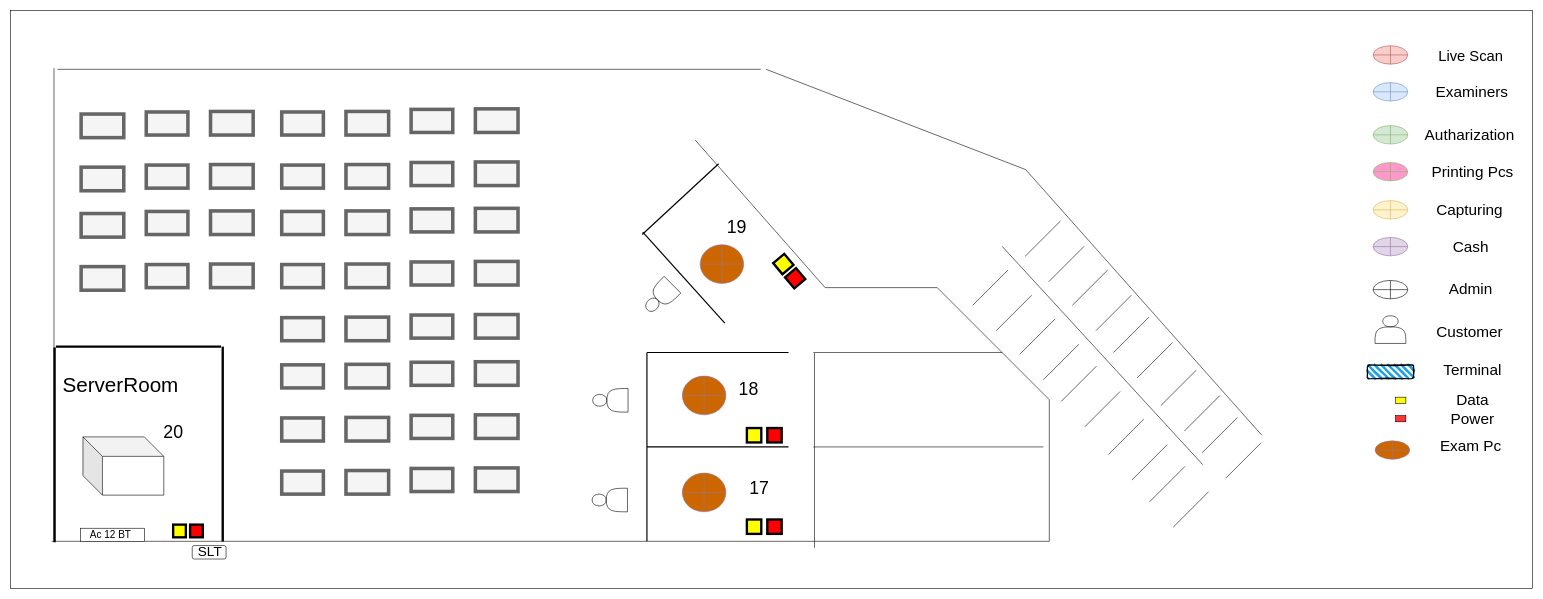
Before: kegall_1st floor.drawio in thushan-harshajeewa/dmt-diagrams, a draw.io diagram. Source tidied: cells renumbered, new cells numbered last; positions are measured from the earlier drawing's top-left corner, leaving out a move shared by most shapes. Both pictures are drawn from the tidied source at 59%, with x=0, y=0 at pixel (10, 10).
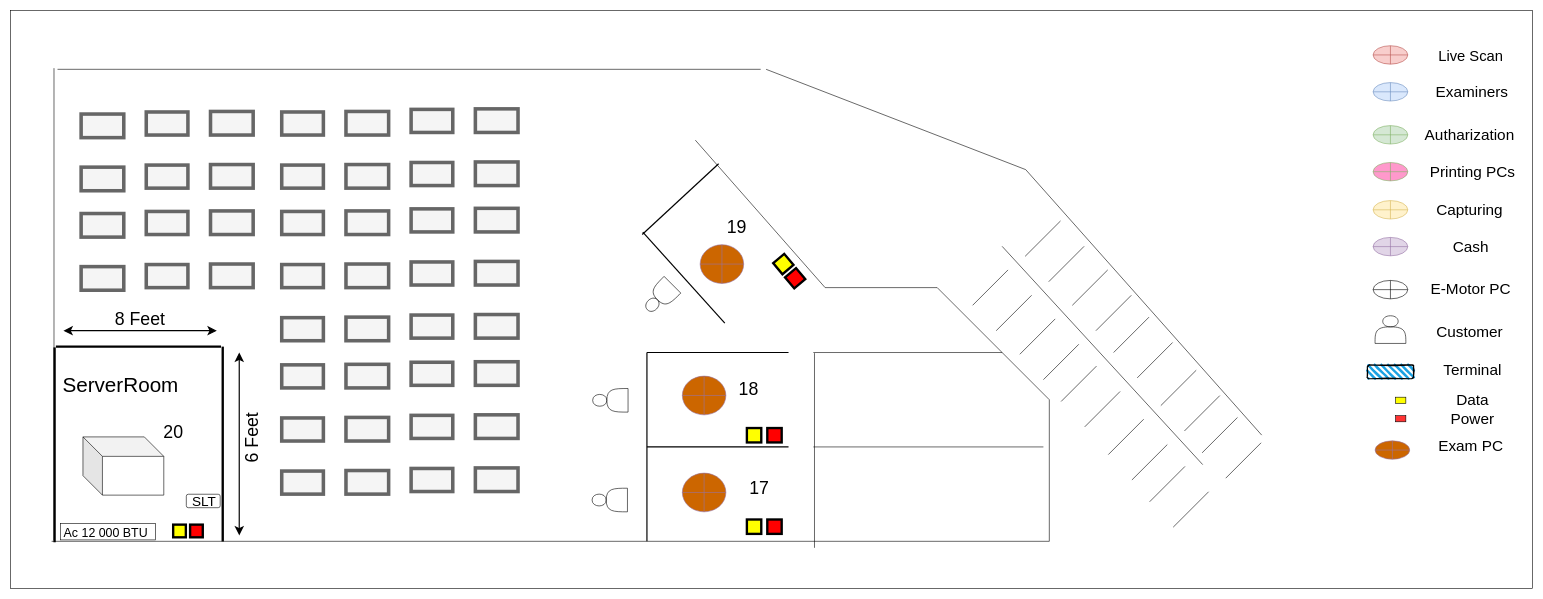
Above is the later version.

Unchanged cells that the change refers to:
```xml
<mxCell id="50" style="group;" parent="1" vertex="1">
  <mxGeometry x="75" y="570" width="290.7" height="360" as="geometry" />
</mxCell>
<mxCell id="110" style="group;" parent="1" vertex="1">
  <mxGeometry x="2300" y="60" width="257" height="700.9" as="geometry" />
</mxCell>
```

Change to the diagram source:
```diff
@@
     <mxCell id="56" style="rounded=1;whiteSpace=wrap;html=1;" parent="50" vertex="1">
-      <mxGeometry x="233.3" y="337.2" width="57.4" height="22.8" as="geometry" />
+      <mxGeometry x="223.3" y="250.2" width="57.4" height="22.8" as="geometry" />
     </mxCell>
     <mxCell id="57" style="rounded=0;whiteSpace=wrap;html=1;direction=south;" parent="50" vertex="1">
-      <mxGeometry x="43.8" y="307.8" width="108.4" height="22.8" as="geometry" />
+      <mxGeometry x="10" y="300" width="161" height="27.6" as="geometry" />
     </mxCell>
-    <mxCell id="58" value="&lt;font style=&quot;font-size: 17px;&quot;&gt;Ac 12 BT&lt;/font&gt;" style="text;html=1;align=center;verticalAlign=middle;whiteSpace=wrap;rounded=0;rotation=0;strokeWidth=2;" parent="50" vertex="1">
-      <mxGeometry x="57.8" y="317.5" width="74.1" height="5.3" as="geometry" />
+    <mxCell id="58" value="&lt;font style=&quot;font-size: 21px;&quot;&gt;Ac 12 000 BTU&lt;/font&gt;" style="text;html=1;align=center;verticalAlign=middle;whiteSpace=wrap;rounded=0;rotation=0;strokeWidth=2;" parent="50" vertex="1">
+      <mxGeometry x="10" y="312.5" width="154" height="5.3" as="geometry" />
     </mxCell>
     <mxCell id="59" value="&lt;font style=&quot;font-size: 23px;&quot;&gt;SLT&lt;/font&gt;" style="text;html=1;align=center;verticalAlign=middle;whiteSpace=wrap;rounded=0;rotation=0;" parent="50" vertex="1">
-      <mxGeometry x="240.8" y="344.3" width="45.2" height="5.3" as="geometry" />
+      <mxGeometry x="230.8" y="259.3" width="45.2" height="5.3" as="geometry" />
     </mxCell>
@@
-    <mxCell id="122" value="&lt;font style=&quot;font-size: 26px;&quot;&gt;Admin&lt;/font&gt;" style="text;html=1;align=center;verticalAlign=middle;whiteSpace=wrap;rounded=0;" parent="110" vertex="1">
+    <mxCell id="122" value="&lt;span style=&quot;font-size: 26px;&quot;&gt;E-Motor PC&lt;/span&gt;" style="text;html=1;align=center;verticalAlign=middle;whiteSpace=wrap;rounded=0;" parent="110" vertex="1">
       <mxGeometry x="96.8" y="397.8" width="156.7" height="31.2" as="geometry" />
     </mxCell>
@@
-    <mxCell id="132" value="&lt;font style=&quot;font-size: 26px;&quot;&gt;Exam Pc&lt;/font&gt;&lt;div&gt;&lt;br&gt;&lt;/div&gt;" style="text;html=1;align=center;verticalAlign=middle;whiteSpace=wrap;rounded=0;" parent="110" vertex="1">
+    <mxCell id="132" value="&lt;font style=&quot;font-size: 26px;&quot;&gt;Exam PC&lt;/font&gt;&lt;div&gt;&lt;br&gt;&lt;/div&gt;" style="text;html=1;align=center;verticalAlign=middle;whiteSpace=wrap;rounded=0;" parent="110" vertex="1">
       <mxGeometry x="96.8" y="669.7" width="156.7" height="31.2" as="geometry" />
     </mxCell>
-    <mxCell id="133" value="&lt;font style=&quot;font-size: 26px;&quot;&gt;Printing Pcs&lt;/font&gt;" style="text;html=1;align=center;verticalAlign=middle;whiteSpace=wrap;rounded=0;" parent="110" vertex="1">
+    <mxCell id="133" value="&lt;font style=&quot;font-size: 26px;&quot;&gt;Printing PCs&lt;/font&gt;" style="text;html=1;align=center;verticalAlign=middle;whiteSpace=wrap;rounded=0;" parent="110" vertex="1">
       <mxGeometry x="100.3" y="197.9" width="156.7" height="31.2" as="geometry" />
     </mxCell>
@@
+    <mxCell id="138" value="&lt;span style=&quot;font-size: 30px;&quot;&gt;8 Feet&lt;/span&gt;" style="text;html=1;align=center;verticalAlign=middle;whiteSpace=wrap;rounded=0;strokeWidth=4;" parent="1" vertex="1">
+      <mxGeometry x="163.4" y="515.6" width="114" height="13.2" as="geometry" />
+    </mxCell>
+    <mxCell id="139" value="&lt;span style=&quot;font-size: 30px;&quot;&gt;6 Feet&lt;/span&gt;" style="text;html=1;align=center;verticalAlign=middle;whiteSpace=wrap;rounded=0;strokeWidth=4;rotation=270;" parent="1" vertex="1">
+      <mxGeometry x="349.3" y="717.6" width="121.5" height="13.2" as="geometry" />
+    </mxCell>
+    <mxCell id="140" style="endArrow=classic;startArrow=classic;html=1;endSize=10;startSize=10;strokeWidth=2;" parent="1" edge="1">
+      <mxGeometry relative="1" as="geometry">
+        <mxPoint x="90" y="543" as="sourcePoint" />
+        <mxPoint x="350" y="543" as="targetPoint" />
+      </mxGeometry>
+    </mxCell>
+    <mxCell id="141" style="endArrow=classic;startArrow=classic;html=1;endSize=10;startSize=10;strokeWidth=2;" parent="1" edge="1">
+      <mxGeometry relative="1" as="geometry">
+        <mxPoint x="388" y="580" as="sourcePoint" />
+        <mxPoint x="388" y="890" as="targetPoint" />
+      </mxGeometry>
+    </mxCell>
```
